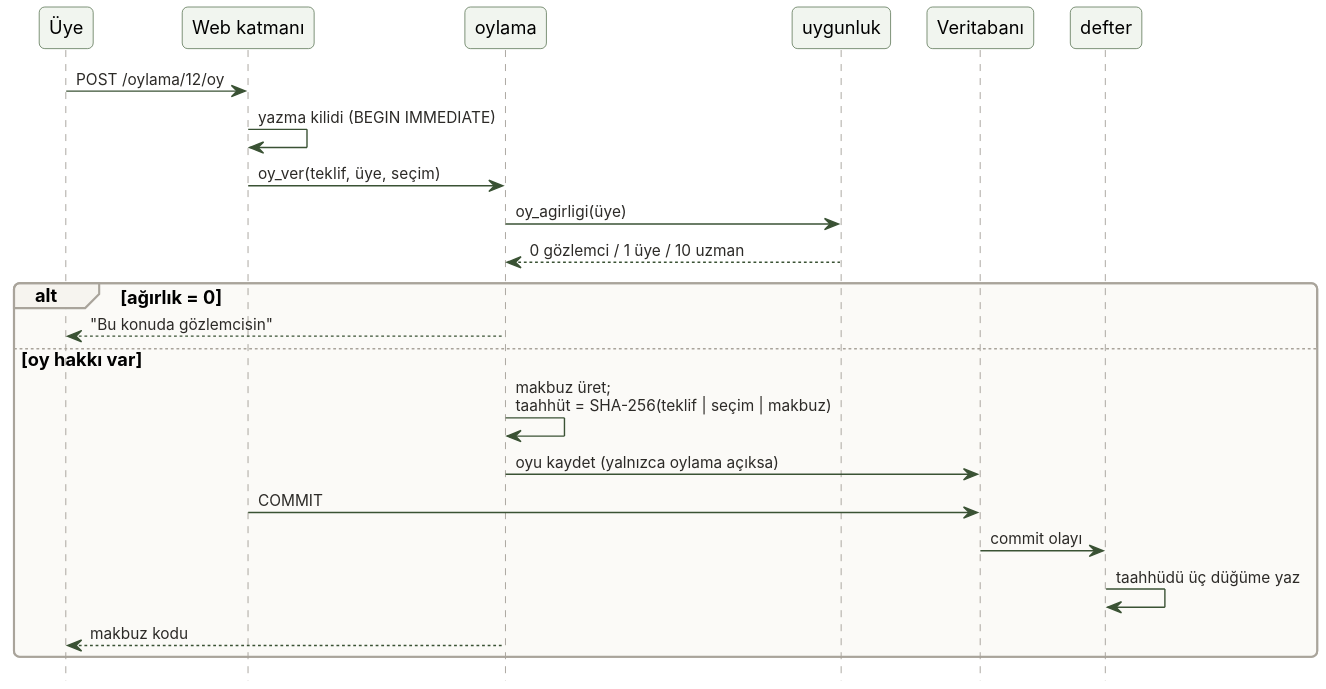
Before: docs/rapor/sekiller/s08_sirali_oy_verme.svg, a diagram exported from PlantUML (Baki-B/YZM327-Odevler). The source it was exported from:
```plantuml
@startuml
!include ../../uml/_stil.iuml
hide footbox
participant "Üye" as U
participant "Web katmanı" as W
participant "oylama" as O
participant "uygunluk" as Y
participant "Veritabanı" as V
participant "defter" as D

U -> W : POST /oylama/12/oy
W -> W : yazma kilidi (BEGIN IMMEDIATE)
W -> O : oy_ver(teklif, üye, seçim)
O -> Y : oy_agirligi(üye)
Y --> O : 0 gözlemci / 1 üye / 10 uzman
alt ağırlık = 0
  O --> U : "Bu konuda gözlemcisin"
else oy hakkı var
  O -> O : makbuz üret;\ntaahhüt = SHA-256(teklif | seçim | makbuz)
  O -> V : oyu kaydet (yalnızca oylama açıksa)
  W -> V : COMMIT
  V -> D : commit olayı
  D -> D : taahhüdü üç düğüme yaz
  O --> U : makbuz kodu
end
@enduml
```
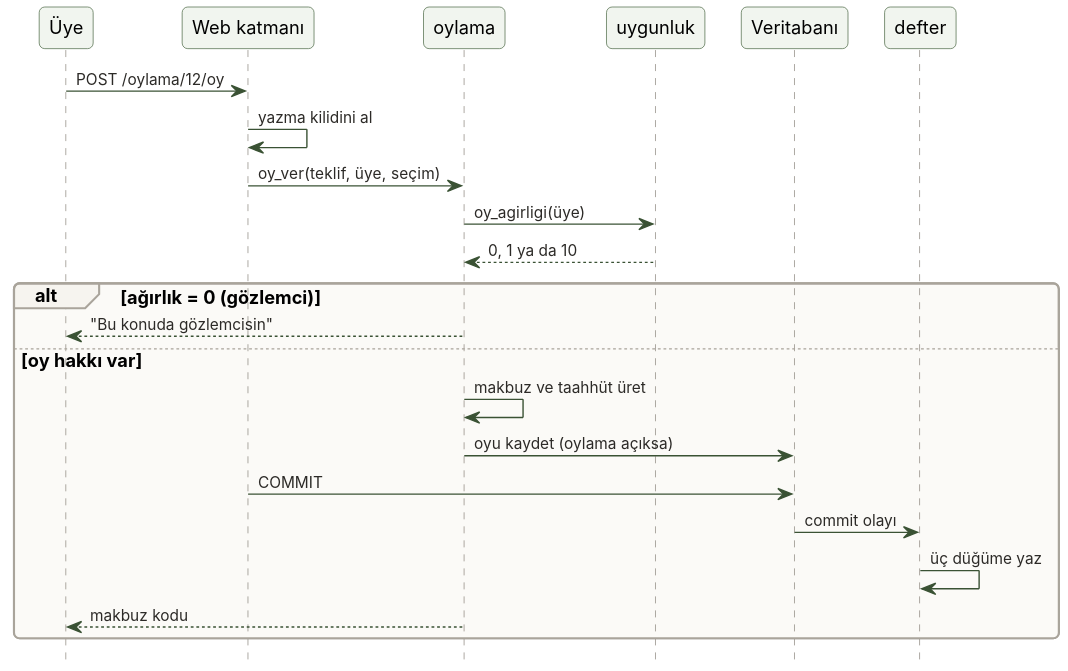
The same file after the commit.

What changed in the source:
```diff
@@ -9,18 +9,18 @@
 participant "defter" as D
 
 U -> W : POST /oylama/12/oy
-W -> W : yazma kilidi (BEGIN IMMEDIATE)
+W -> W : yazma kilidini al
 W -> O : oy_ver(teklif, üye, seçim)
 O -> Y : oy_agirligi(üye)
-Y --> O : 0 gözlemci / 1 üye / 10 uzman
-alt ağırlık = 0
+Y --> O : 0, 1 ya da 10
+alt ağırlık = 0 (gözlemci)
   O --> U : "Bu konuda gözlemcisin"
 else oy hakkı var
-  O -> O : makbuz üret;\ntaahhüt = SHA-256(teklif | seçim | makbuz)
-  O -> V : oyu kaydet (yalnızca oylama açıksa)
+  O -> O : makbuz ve taahhüt üret
+  O -> V : oyu kaydet (oylama açıksa)
   W -> V : COMMIT
   V -> D : commit olayı
-  D -> D : taahhüdü üç düğüme yaz
+  D -> D : üç düğüme yaz
   O --> U : makbuz kodu
 end
 @enduml
```
